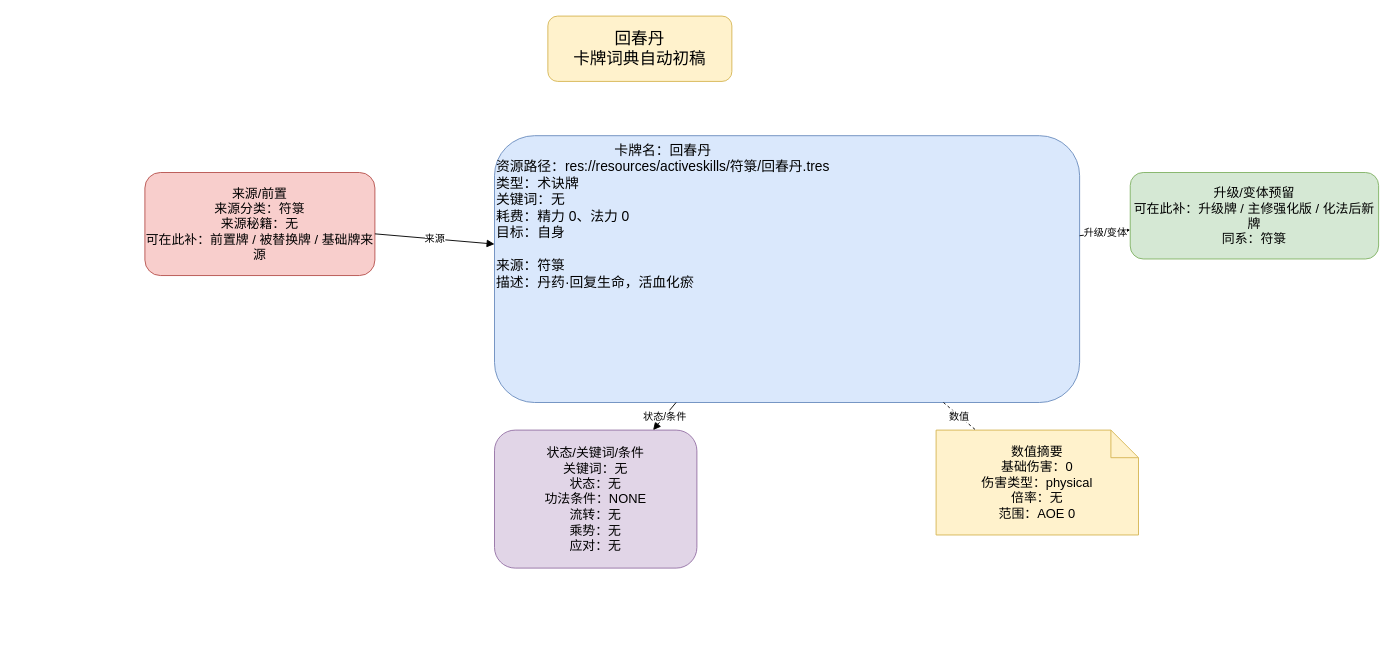
Above: page "回春丹" (1 of 2) of docs/卡牌词典/符箓/回春丹.drawio in ankundanetracyc-spec/tian-guan-you-du (draw.io), before the change. Source tidied: cells renumbered, new cells numbered last; positions are measured from the earlier drawing's top-left corner, leaving out a move shared by most shapes. Both pictures are drawn from the tidied source at 92%, with x=0, y=0 at pixel (144, 16).
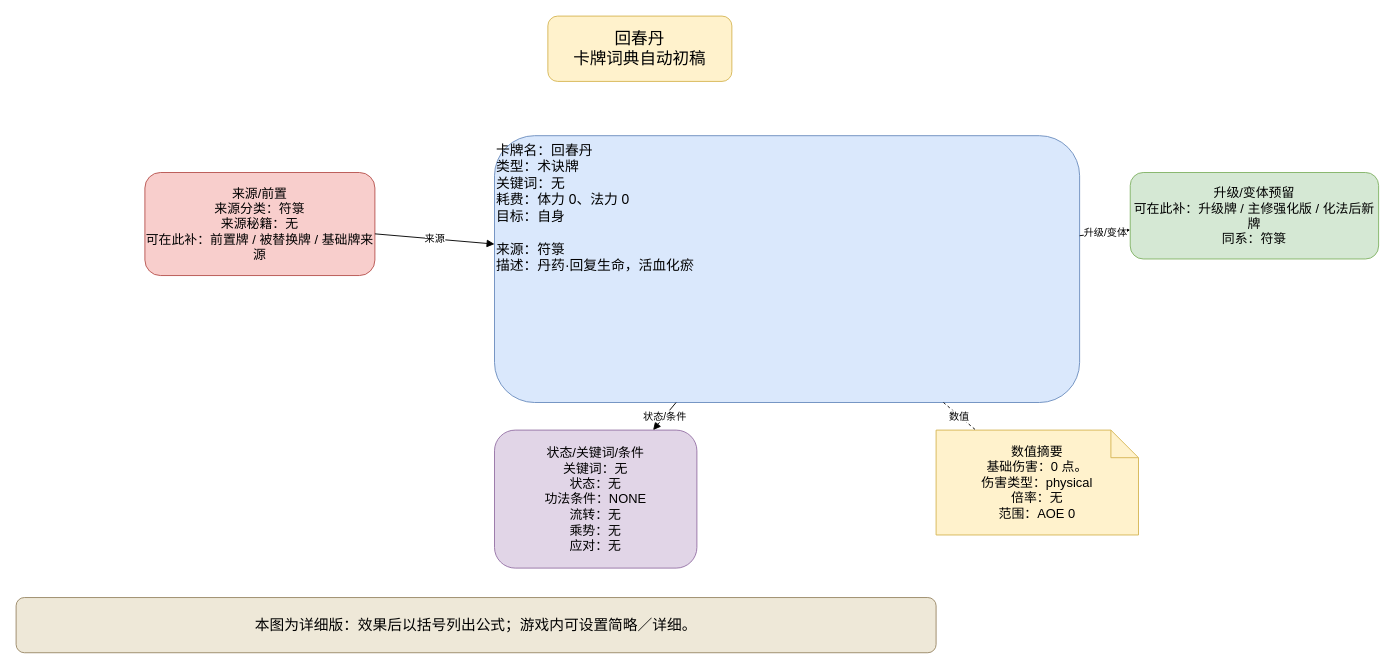
The same diagram, later.

Change to the diagram source:
```diff
@@
 <mxGraphModel>
   <root>
     <mxCell id="0" />
     <mxCell id="1" parent="0" />
     <mxCell id="2" value="回春丹&#10;卡牌词典自动初稿" style="rounded=1;whiteSpace=wrap;html=1;fillColor=#fff2cc;strokeColor=#d6b656;fontSize=18;" parent="1" vertex="1">
       <mxGeometry x="438" width="200" height="71" as="geometry" />
     </mxCell>
-    <mxCell id="3" value="&lt;div style=&quot;text-align:center;&quot;&gt;卡牌名：回春丹&lt;/div&gt;&lt;div style=&quot;text-align:left;&quot;&gt;资源路径：res://resources/activeskills/符箓/回春丹.tres&lt;br&gt;类型：术诀牌&lt;br&gt;关键词：无&lt;br&gt;耗费：精力 0、法力 0&lt;br&gt;目标：自身&lt;/div&gt;&lt;br&gt;来源：符箓&lt;br&gt;描述：丹药·回复生命，活血化瘀" style="rounded=1;whiteSpace=wrap;html=1;fillColor=#dae8fc;strokeColor=#6c8ebf;fontSize=15;align=left;verticalAlign=top;" parent="1" vertex="1">
+    <mxCell id="3" value="卡牌名：回春丹&#10;类型：术诀牌&#10;关键词：无&#10;耗费：体力 0、法力 0&#10;目标：自身&#10;&#10;来源：符箓&#10;描述：丹药·回复生命，活血化瘀" style="rounded=1;whiteSpace=wrap;html=1;fillColor=#dae8fc;strokeColor=#6c8ebf;fontSize=15;align=left;verticalAlign=top;" parent="1" vertex="1">
       <mxGeometry x="380" y="130" width="636" height="290" as="geometry" />
     </mxCell>
     <mxCell id="4" value="来源/前置&#10;来源分类：符箓&#10;来源秘籍：无&#10;可在此补：前置牌 / 被替换牌 / 基础牌来源" style="rounded=1;whiteSpace=wrap;html=1;fillColor=#f8cecc;strokeColor=#b85450;fontSize=14;" parent="1" vertex="1">
       <mxGeometry y="170" width="250" height="112" as="geometry" />
     </mxCell>
     <mxCell id="5" value="升级/变体预留&#10;可在此补：升级牌 / 主修强化版 / 化法后新牌&#10;同系：符箓" style="rounded=1;whiteSpace=wrap;html=1;fillColor=#d5e8d4;strokeColor=#82b366;fontSize=14;" parent="1" vertex="1">
       <mxGeometry x="1071" y="170" width="270" height="94" as="geometry" />
     </mxCell>
     <mxCell id="6" value="状态/关键词/条件&#10;关键词：无&#10;状态：无&#10;功法条件：NONE&#10;流转：无&#10;乘势：无&#10;应对：无" style="rounded=1;whiteSpace=wrap;html=1;fillColor=#e1d5e7;strokeColor=#9673a6;fontSize=14;" parent="1" vertex="1">
       <mxGeometry x="380" y="450" width="220" height="150" as="geometry" />
     </mxCell>
-    <mxCell id="7" value="数值摘要&lt;br&gt;基础伤害：0&lt;br&gt;伤害类型：physical&lt;br&gt;倍率：无&lt;br&gt;范围：AOE 0" style="shape=note;whiteSpace=wrap;html=1;fillColor=#fff2cc;strokeColor=#d6b656;fontSize=14;" parent="1" vertex="1">
+    <mxCell id="7" value="数值摘要&lt;br&gt;基础伤害：0 点。&lt;br&gt;伤害类型：physical&lt;br&gt;倍率：无&lt;br&gt;范围：AOE 0" style="shape=note;whiteSpace=wrap;html=1;fillColor=#fff2cc;strokeColor=#d6b656;fontSize=14;" parent="1" vertex="1">
       <mxGeometry x="860" y="450" width="220" height="114" as="geometry" />
     </mxCell>
     <mxCell id="8" value="来源" style="endArrow=block;html=1;rounded=0;" parent="1" edge="1" source="4" target="3">
       <mxGeometry relative="1" as="geometry" />
     </mxCell>
     <mxCell id="9" value="升级/变体" style="endArrow=block;html=1;rounded=0;" parent="1" edge="1" source="3" target="5">
       <mxGeometry relative="1" as="geometry" />
     </mxCell>
     <mxCell id="10" value="状态/条件" style="endArrow=block;html=1;rounded=0;" parent="1" edge="1" source="3" target="6">
       <mxGeometry relative="1" as="geometry" />
     </mxCell>
     <mxCell id="11" value="数值" style="endArrow=none;dashed=1;html=1;" parent="1" edge="1" source="3" target="7">
       <mxGeometry relative="1" as="geometry" />
     </mxCell>
+    <mxCell id="12" value="本图为详细版：效果后以括号列出公式；游戏内可设置简略／详细。" style="rounded=1;whiteSpace=wrap;html=1;fillColor=#eee8d8;strokeColor=#9a8967;fontSize=16;" parent="1" vertex="1">
+      <mxGeometry x="-140" y="632" width="1000" height="60" as="geometry" />
+    </mxCell>
   </root>
 </mxGraphModel>
```
